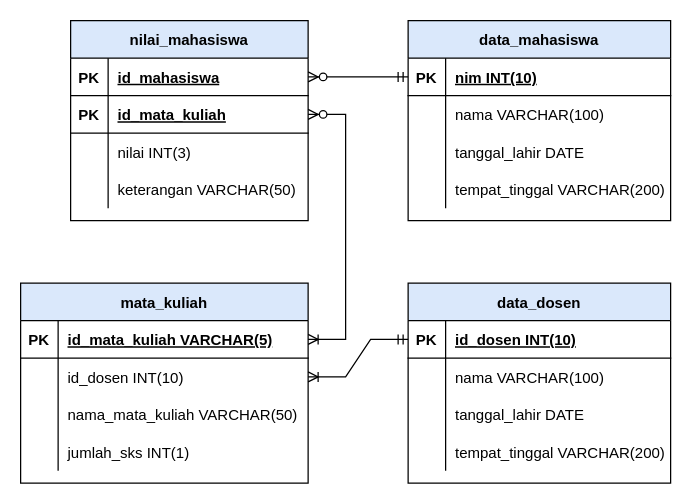
Above: uts-praktikum/uts-praktikum.drawio in nentinur/IF214002 (draw.io), before the change. Source tidied: cells renumbered, new cells numbered last; positions are measured from the earlier drawing's top-left corner, leaving out a move shared by most shapes. Both pictures are drawn from the tidied source at 125%, with x=0, y=0 at pixel (20, 20).
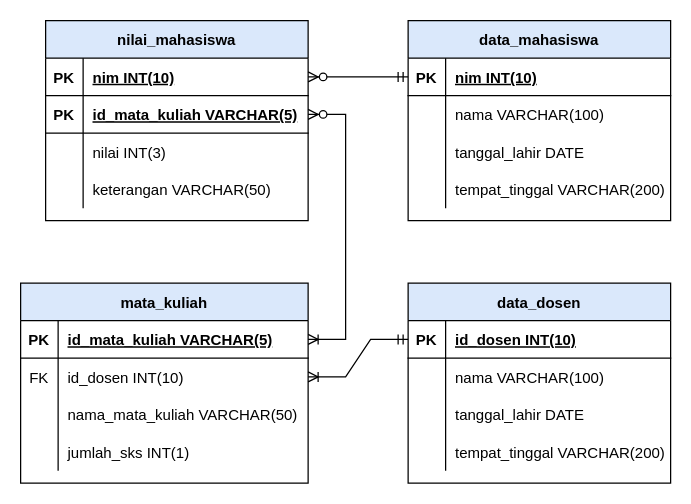
The same page after the edit.

The change refers to these unchanged cells:
```xml
<mxCell id="32" style="shape=tableRow;horizontal=0;startSize=0;swimlaneHead=0;swimlaneBody=0;fillColor=none;points=[[0,0.5],[1,0.5]];portConstraint=eastwest;top=0;left=0;right=0;bottom=0;" parent="28" vertex="1">
  <mxGeometry y="60" width="230" height="30" as="geometry" />
</mxCell>
```

Diff of the diagram source:
```diff
@@
     <mxCell id="2" value="nilai_mahasiswa" style="shape=table;startSize=30;childLayout=tableLayout;rowLines=0;fontStyle=1;align=center;fillColor=#DAE8FB;" parent="1" vertex="1">
-      <mxGeometry x="40" width="190" height="160" as="geometry" />
+      <mxGeometry x="20" width="210" height="160" as="geometry" />
     </mxCell>
     <mxCell id="3" style="shape=tableRow;horizontal=0;startSize=0;swimlaneHead=0;swimlaneBody=0;fillColor=none;points=[[0,0.5],[1,0.5]];portConstraint=eastwest;top=0;left=0;right=0;bottom=1;" parent="2" vertex="1">
-      <mxGeometry y="30" width="190" height="30" as="geometry" />
+      <mxGeometry y="30" width="210" height="30" as="geometry" />
     </mxCell>
@@
-    <mxCell id="5" value="id_mahasiswa" style="shape=partialRectangle;fillColor=none;top=0;left=0;bottom=0;right=0;align=left;spacingLeft=6;fontStyle=5;overflow=hidden;" parent="3" vertex="1">
-      <mxGeometry x="30" width="160" height="30" as="geometry" />
+    <mxCell id="5" value="nim INT(10)" style="shape=partialRectangle;fillColor=none;top=0;left=0;bottom=0;right=0;align=left;spacingLeft=6;fontStyle=5;overflow=hidden;" parent="3" vertex="1">
+      <mxGeometry x="30" width="180" height="30" as="geometry" />
     </mxCell>
     <mxCell id="6" style="shape=tableRow;horizontal=0;startSize=0;swimlaneHead=0;swimlaneBody=0;fillColor=none;points=[[0,0.5],[1,0.5]];portConstraint=eastwest;top=0;left=0;right=0;bottom=1;" parent="2" vertex="1">
-      <mxGeometry y="60" width="190" height="30" as="geometry" />
+      <mxGeometry y="60" width="210" height="30" as="geometry" />
     </mxCell>
@@
-    <mxCell id="8" value="id_mata_kuliah" style="shape=partialRectangle;fillColor=none;top=0;left=0;bottom=0;right=0;align=left;spacingLeft=6;fontStyle=5;overflow=hidden;" parent="6" vertex="1">
-      <mxGeometry x="30" width="160" height="30" as="geometry" />
+    <mxCell id="8" value="id_mata_kuliah VARCHAR(5)" style="shape=partialRectangle;fillColor=none;top=0;left=0;bottom=0;right=0;align=left;spacingLeft=6;fontStyle=5;overflow=hidden;" parent="6" vertex="1">
+      <mxGeometry x="30" width="180" height="30" as="geometry" />
     </mxCell>
     <mxCell id="9" style="shape=tableRow;horizontal=0;startSize=0;swimlaneHead=0;swimlaneBody=0;fillColor=none;top=0;left=0;right=0;bottom=0;" parent="2" vertex="1">
-      <mxGeometry y="90" width="190" height="30" as="geometry" />
+      <mxGeometry y="90" width="210" height="30" as="geometry" />
     </mxCell>
@@
     <mxCell id="11" value="nilai INT(3)" style="shape=partialRectangle;fillColor=none;top=0;left=0;bottom=0;right=0;align=left;spacingLeft=6;overflow=hidden;" parent="9" vertex="1">
-      <mxGeometry x="30" width="160" height="30" as="geometry" />
+      <mxGeometry x="30" width="180" height="30" as="geometry" />
     </mxCell>
     <mxCell id="12" style="shape=tableRow;horizontal=0;startSize=0;swimlaneHead=0;swimlaneBody=0;fillColor=none;top=0;left=0;right=0;bottom=0;" parent="2" vertex="1">
-      <mxGeometry y="120" width="190" height="30" as="geometry" />
+      <mxGeometry y="120" width="210" height="30" as="geometry" />
     </mxCell>
@@
     <mxCell id="14" value="keterangan VARCHAR(50)" style="shape=partialRectangle;fillColor=none;top=0;left=0;bottom=0;right=0;align=left;spacingLeft=6;overflow=hidden;" parent="12" vertex="1">
-      <mxGeometry x="30" width="160" height="30" as="geometry" />
+      <mxGeometry x="30" width="180" height="30" as="geometry" />
     </mxCell>
@@
-    <mxCell id="33" style="shape=partialRectangle;fillColor=none;top=0;left=0;bottom=0;right=0;overflow=hidden;" parent="32" vertex="1">
+    <mxCell id="33" value="FK" style="shape=partialRectangle;fillColor=none;top=0;left=0;bottom=0;right=0;overflow=hidden;" parent="32" vertex="1">
       <mxGeometry width="30" height="30" as="geometry" />
     </mxCell>
```
